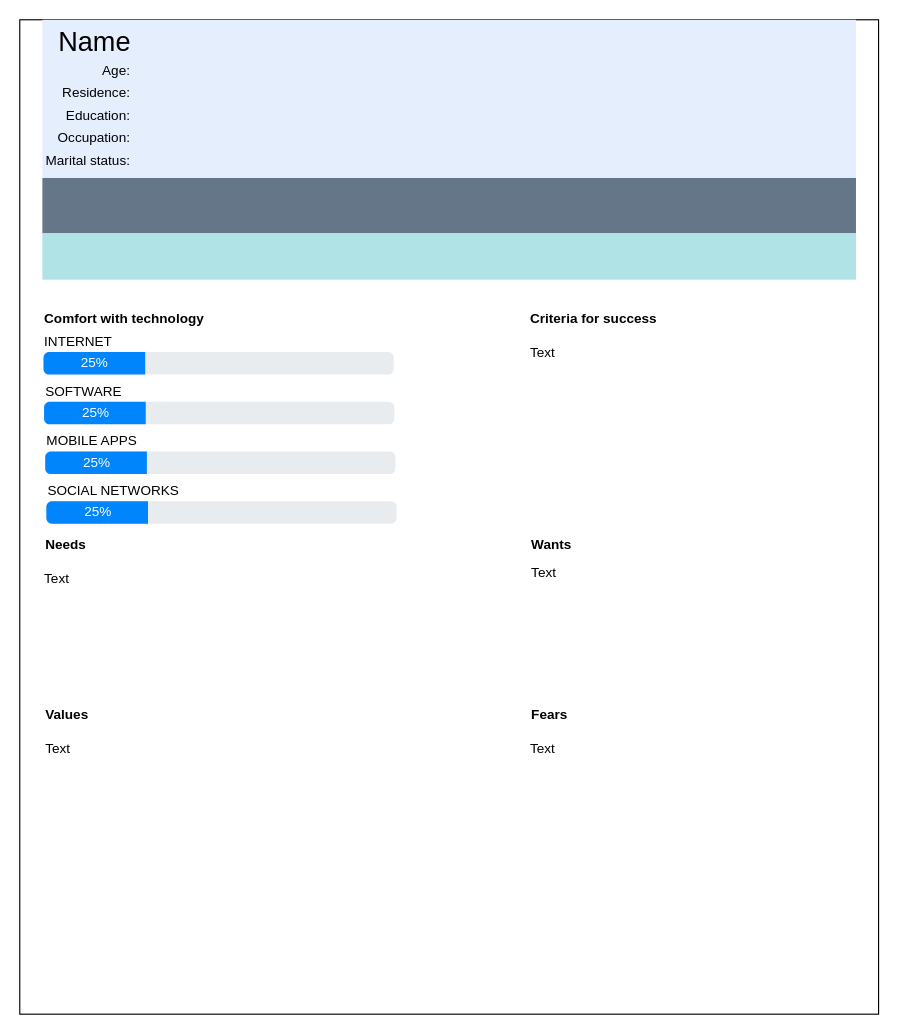
The draw.io diagram project/Persona2.drawio in josura/HCI, before the edit. Source tidied: cells renumbered, new cells numbered last; positions are measured from the earlier drawing's top-left corner, leaving out a move shared by most shapes. Both pictures are drawn from the tidied source at 113%, with x=0, y=0 at pixel (19, 19).
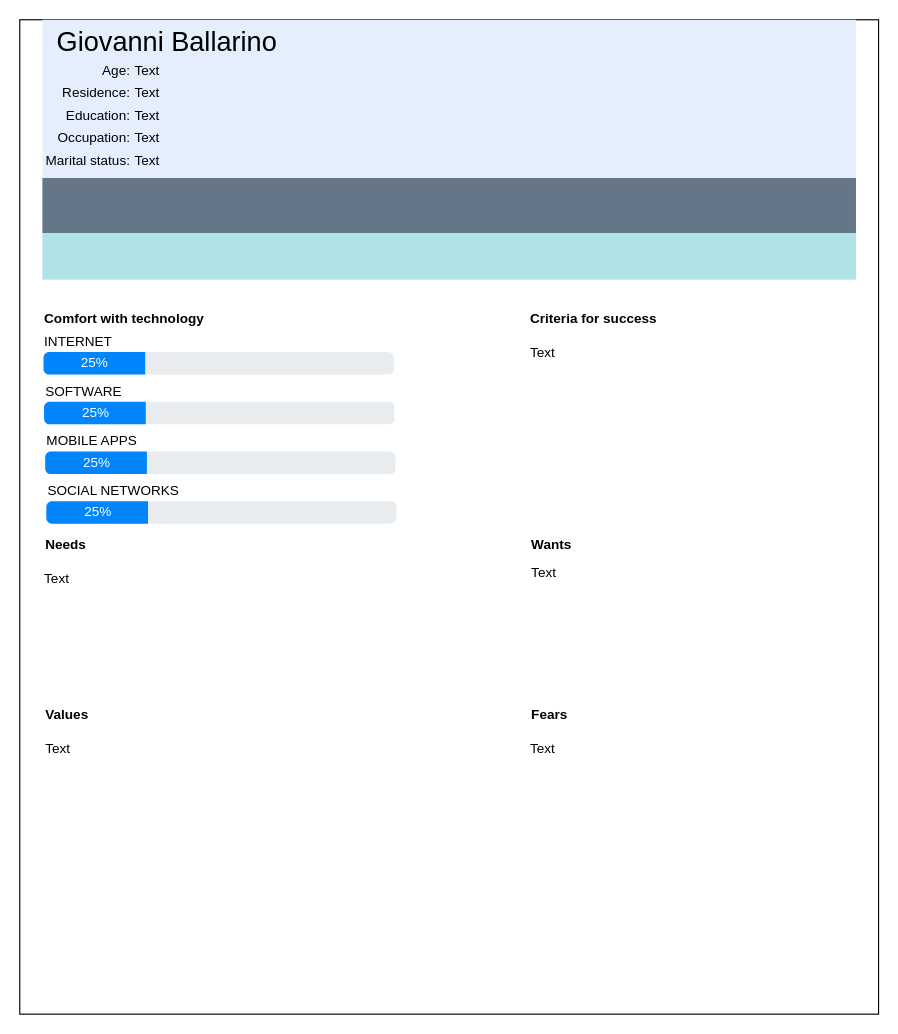
After the change.

What changed in the source:
```diff
@@
-    <mxCell id="4" value="&lt;font style=&quot;font-size: 24px;&quot;&gt;Name&lt;/font&gt;" style="text;html=1;align=center;verticalAlign=middle;strokeColor=none;fillColor=none;" parent="1" vertex="1">
-      <mxGeometry x="21" width="90" height="40" as="geometry" />
+    <mxCell id="4" value="&lt;font style=&quot;font-size: 24px;&quot;&gt;Giovanni Ballarino&lt;/font&gt;" style="text;html=1;align=center;verticalAlign=middle;strokeColor=none;fillColor=none;" parent="1" vertex="1">
+      <mxGeometry x="20" width="220" height="40" as="geometry" />
     </mxCell>
@@
+    <mxCell id="35" value="Text" style="text;html=1;align=left;verticalAlign=middle;strokeColor=none;fillColor=none;" parent="1" vertex="1">
+      <mxGeometry x="100" y="30" width="50" height="30" as="geometry" />
+    </mxCell>
+    <mxCell id="36" value="Text" style="text;html=1;align=left;verticalAlign=middle;strokeColor=none;fillColor=none;" parent="1" vertex="1">
+      <mxGeometry x="100" y="50" width="50" height="30" as="geometry" />
+    </mxCell>
+    <mxCell id="37" value="Text" style="text;html=1;align=left;verticalAlign=middle;strokeColor=none;fillColor=none;" parent="1" vertex="1">
+      <mxGeometry x="100" y="70" width="50" height="30" as="geometry" />
+    </mxCell>
+    <mxCell id="38" value="Text" style="text;html=1;align=left;verticalAlign=middle;strokeColor=none;fillColor=none;" parent="1" vertex="1">
+      <mxGeometry x="100" y="90" width="50" height="30" as="geometry" />
+    </mxCell>
+    <mxCell id="39" value="Text" style="text;html=1;align=left;verticalAlign=middle;strokeColor=none;fillColor=none;" parent="1" vertex="1">
+      <mxGeometry x="100" y="110" width="50" height="30" as="geometry" />
+    </mxCell>
```
